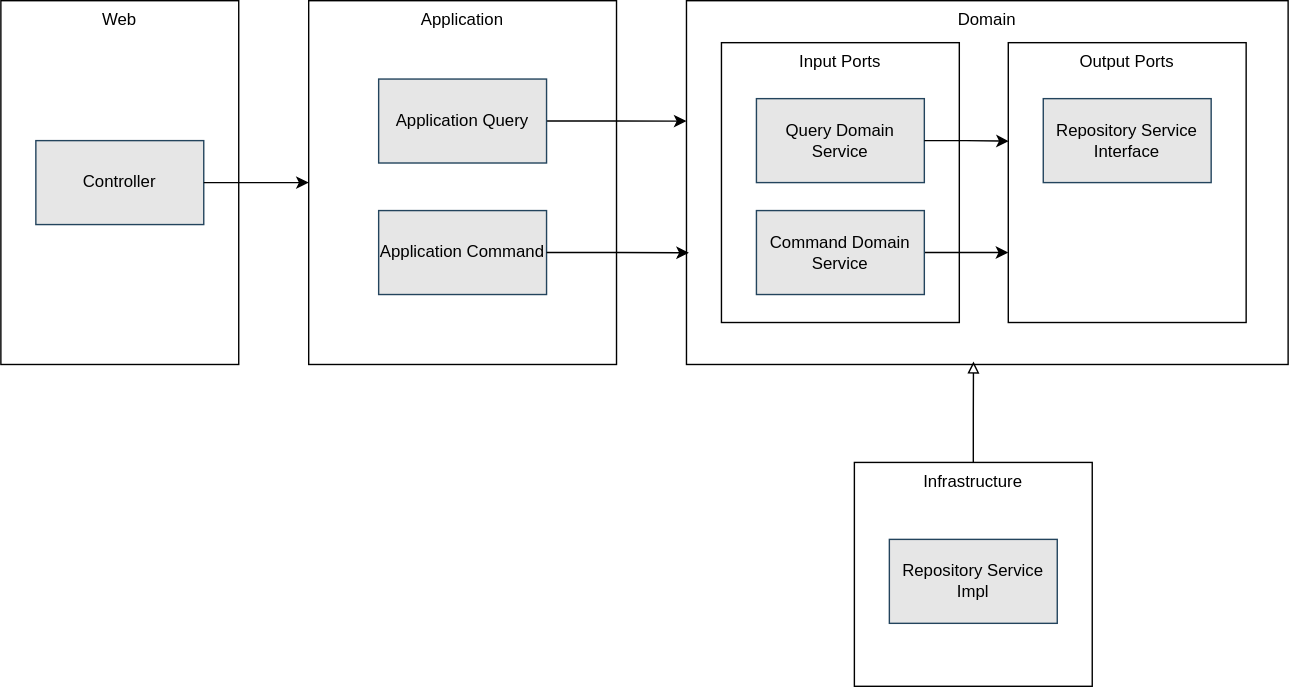
Above: docs/site/springboot-showcase/ways-of-working/_images/explanation/architecture/component_interactions.drawio.svg in bitsmi-blog/springboot-showcase (draw.io), before the change. Source tidied: cells renumbered, new cells last; positions are measured from the earlier drawing's top-left corner, leaving out a move shared by most shapes. Its diagram source:
```xml
<mxGraphModel>
  <root>
    <mxCell id="0" />
    <mxCell id="1" parent="0" />
    <mxCell id="2" value="Web" style="rounded=0;whiteSpace=wrap;html=1;verticalAlign=top;" parent="1" vertex="1">
      <mxGeometry width="170" height="260" as="geometry" />
    </mxCell>
    <mxCell id="3" value="Controller" style="rounded=0;whiteSpace=wrap;html=1;fillColor=#E6E6E6;strokeColor=#23445d;" parent="1" vertex="1">
      <mxGeometry x="25" y="100" width="120" height="60" as="geometry" />
    </mxCell>
    <mxCell id="4" value="Application" style="rounded=0;whiteSpace=wrap;html=1;verticalAlign=top;" parent="1" vertex="1">
      <mxGeometry x="220" width="220" height="260" as="geometry" />
    </mxCell>
    <mxCell id="5" style="edgeStyle=orthogonalEdgeStyle;rounded=0;jettySize=auto;html=1;exitX=1;exitY=0.5;exitDx=0;exitDy=0;entryX=0;entryY=0.331;entryDx=0;entryDy=0;entryPerimeter=0;" parent="1" edge="1" source="6" target="9">
      <mxGeometry relative="1" as="geometry" />
    </mxCell>
    <mxCell id="6" value="Application Query" style="rounded=0;whiteSpace=wrap;html=1;fillColor=#E6E6E6;strokeColor=#23445d;" parent="1" vertex="1">
      <mxGeometry x="270" y="56" width="120" height="60" as="geometry" />
    </mxCell>
    <mxCell id="7" value="Application Command" style="rounded=0;whiteSpace=wrap;html=1;fillColor=#E6E6E6;strokeColor=#23445d;" parent="1" vertex="1">
      <mxGeometry x="270" y="150" width="120" height="60" as="geometry" />
    </mxCell>
    <mxCell id="8" style="edgeStyle=orthogonalEdgeStyle;rounded=0;jettySize=auto;html=1;entryX=0;entryY=0.5;entryDx=0;entryDy=0;" parent="1" edge="1" source="3" target="4">
      <mxGeometry relative="1" as="geometry" />
    </mxCell>
    <mxCell id="9" value="Domain" style="rounded=0;whiteSpace=wrap;html=1;verticalAlign=top;" parent="1" vertex="1">
      <mxGeometry x="490" width="430" height="260" as="geometry" />
    </mxCell>
    <mxCell id="10" value="Input Ports" style="rounded=0;whiteSpace=wrap;html=1;verticalAlign=top;" parent="1" vertex="1">
      <mxGeometry x="515" y="30" width="170" height="200" as="geometry" />
    </mxCell>
    <mxCell id="11" value="Query Domain Service" style="rounded=0;whiteSpace=wrap;html=1;fillColor=#E6E6E6;strokeColor=#23445d;" parent="1" vertex="1">
      <mxGeometry x="540" y="70" width="120" height="60" as="geometry" />
    </mxCell>
    <mxCell id="12" style="edgeStyle=orthogonalEdgeStyle;rounded=0;jettySize=auto;html=1;exitX=1;exitY=0.5;exitDx=0;exitDy=0;entryX=0;entryY=0.75;entryDx=0;entryDy=0;" parent="1" edge="1" source="13" target="14">
      <mxGeometry relative="1" as="geometry" />
    </mxCell>
    <mxCell id="13" value="Command Domain Service" style="rounded=0;whiteSpace=wrap;html=1;fillColor=#E6E6E6;strokeColor=#23445d;" parent="1" vertex="1">
      <mxGeometry x="540" y="150" width="120" height="60" as="geometry" />
    </mxCell>
    <mxCell id="14" value="Output Ports" style="rounded=0;whiteSpace=wrap;html=1;verticalAlign=top;" parent="1" vertex="1">
      <mxGeometry x="720" y="30" width="170" height="200" as="geometry" />
    </mxCell>
    <mxCell id="15" value="Repository Service Interface" style="rounded=0;whiteSpace=wrap;html=1;fillColor=#E6E6E6;strokeColor=#23445d;" parent="1" vertex="1">
      <mxGeometry x="745" y="70" width="120" height="60" as="geometry" />
    </mxCell>
    <mxCell id="16" style="edgeStyle=orthogonalEdgeStyle;rounded=0;jettySize=auto;html=1;exitX=1;exitY=0.5;exitDx=0;exitDy=0;entryX=0.004;entryY=0.693;entryDx=0;entryDy=0;entryPerimeter=0;" parent="1" edge="1" source="7" target="9">
      <mxGeometry relative="1" as="geometry" />
    </mxCell>
    <mxCell id="17" style="edgeStyle=orthogonalEdgeStyle;rounded=0;jettySize=auto;html=1;exitX=1;exitY=0.5;exitDx=0;exitDy=0;entryX=0.002;entryY=0.352;entryDx=0;entryDy=0;entryPerimeter=0;" parent="1" edge="1" source="11" target="14">
      <mxGeometry relative="1" as="geometry" />
    </mxCell>
    <mxCell id="18" value="Infrastructure" style="rounded=0;whiteSpace=wrap;html=1;verticalAlign=top;" parent="1" vertex="1">
      <mxGeometry x="610" y="330" width="170" height="160" as="geometry" />
    </mxCell>
    <mxCell id="19" value="Repository Service Impl" style="rounded=0;whiteSpace=wrap;html=1;fillColor=#E6E6E6;strokeColor=#23445d;" parent="1" vertex="1">
      <mxGeometry x="635" y="385" width="120" height="60" as="geometry" />
    </mxCell>
    <mxCell id="20" style="edgeStyle=orthogonalEdgeStyle;rounded=0;jettySize=auto;html=1;exitX=0.5;exitY=0;exitDx=0;exitDy=0;entryX=0.477;entryY=0.992;entryDx=0;entryDy=0;entryPerimeter=0;endArrow=block;endFill=0;" parent="1" edge="1" source="18" target="9">
      <mxGeometry relative="1" as="geometry" />
    </mxCell>
  </root>
</mxGraphModel>
```
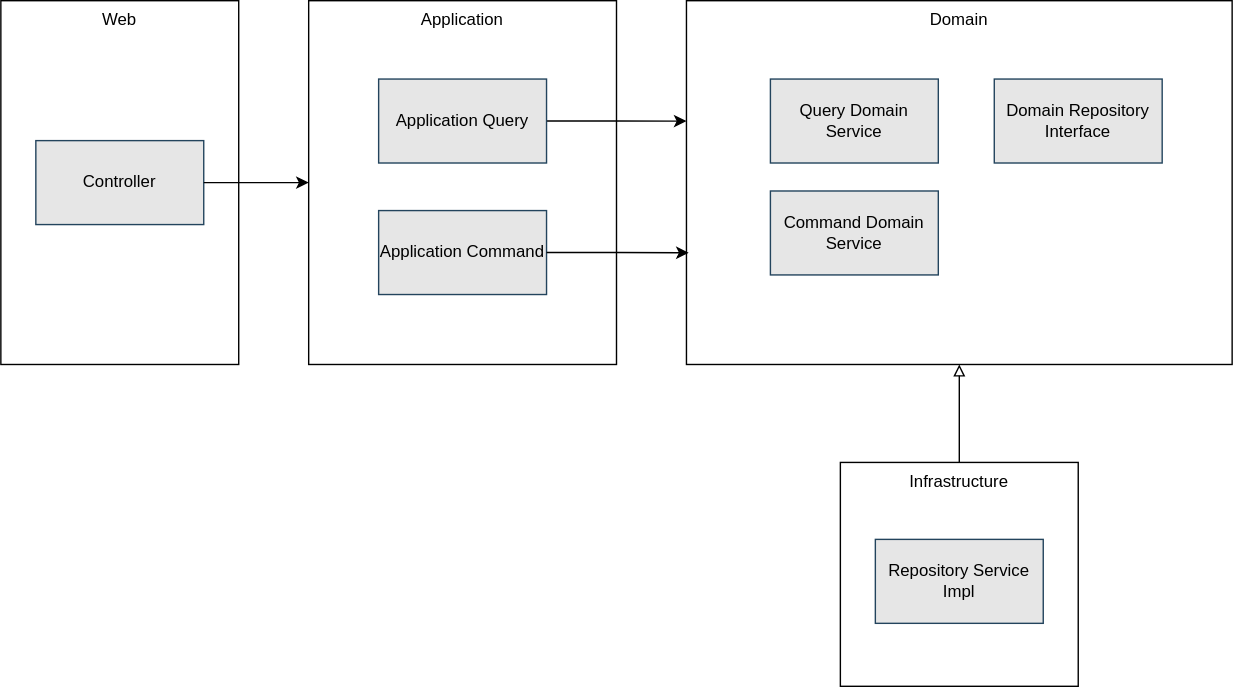
After the change.

Change to the diagram source:
```diff
@@ -24,39 +24,27 @@
       <mxGeometry relative="1" as="geometry" />
     </mxCell>
     <mxCell id="9" value="Domain" style="rounded=0;whiteSpace=wrap;html=1;verticalAlign=top;" parent="1" vertex="1">
-      <mxGeometry x="490" width="430" height="260" as="geometry" />
+      <mxGeometry x="490" width="390" height="260" as="geometry" />
     </mxCell>
-    <mxCell id="10" value="Input Ports" style="rounded=0;whiteSpace=wrap;html=1;verticalAlign=top;" parent="1" vertex="1">
-      <mxGeometry x="515" y="30" width="170" height="200" as="geometry" />
-    </mxCell>
     <mxCell id="11" value="Query Domain Service" style="rounded=0;whiteSpace=wrap;html=1;fillColor=#E6E6E6;strokeColor=#23445d;" parent="1" vertex="1">
-      <mxGeometry x="540" y="70" width="120" height="60" as="geometry" />
+      <mxGeometry x="550" y="56" width="120" height="60" as="geometry" />
     </mxCell>
-    <mxCell id="12" style="edgeStyle=orthogonalEdgeStyle;rounded=0;jettySize=auto;html=1;exitX=1;exitY=0.5;exitDx=0;exitDy=0;entryX=0;entryY=0.75;entryDx=0;entryDy=0;" parent="1" edge="1" source="13" target="14">
-      <mxGeometry relative="1" as="geometry" />
-    </mxCell>
     <mxCell id="13" value="Command Domain Service" style="rounded=0;whiteSpace=wrap;html=1;fillColor=#E6E6E6;strokeColor=#23445d;" parent="1" vertex="1">
-      <mxGeometry x="540" y="150" width="120" height="60" as="geometry" />
+      <mxGeometry x="550" y="136" width="120" height="60" as="geometry" />
     </mxCell>
-    <mxCell id="14" value="Output Ports" style="rounded=0;whiteSpace=wrap;html=1;verticalAlign=top;" parent="1" vertex="1">
-      <mxGeometry x="720" y="30" width="170" height="200" as="geometry" />
-    </mxCell>
-    <mxCell id="15" value="Repository Service Interface" style="rounded=0;whiteSpace=wrap;html=1;fillColor=#E6E6E6;strokeColor=#23445d;" parent="1" vertex="1">
-      <mxGeometry x="745" y="70" width="120" height="60" as="geometry" />
+    <mxCell id="15" value="Domain Repository Interface" style="rounded=0;whiteSpace=wrap;html=1;fillColor=#E6E6E6;strokeColor=#23445d;" parent="1" vertex="1">
+      <mxGeometry x="710" y="56" width="120" height="60" as="geometry" />
     </mxCell>
     <mxCell id="16" style="edgeStyle=orthogonalEdgeStyle;rounded=0;jettySize=auto;html=1;exitX=1;exitY=0.5;exitDx=0;exitDy=0;entryX=0.004;entryY=0.693;entryDx=0;entryDy=0;entryPerimeter=0;" parent="1" edge="1" source="7" target="9">
       <mxGeometry relative="1" as="geometry" />
     </mxCell>
-    <mxCell id="17" style="edgeStyle=orthogonalEdgeStyle;rounded=0;jettySize=auto;html=1;exitX=1;exitY=0.5;exitDx=0;exitDy=0;entryX=0.002;entryY=0.352;entryDx=0;entryDy=0;entryPerimeter=0;" parent="1" edge="1" source="11" target="14">
-      <mxGeometry relative="1" as="geometry" />
-    </mxCell>
     <mxCell id="18" value="Infrastructure" style="rounded=0;whiteSpace=wrap;html=1;verticalAlign=top;" parent="1" vertex="1">
-      <mxGeometry x="610" y="330" width="170" height="160" as="geometry" />
+      <mxGeometry x="600" y="330" width="170" height="160" as="geometry" />
     </mxCell>
     <mxCell id="19" value="Repository Service Impl" style="rounded=0;whiteSpace=wrap;html=1;fillColor=#E6E6E6;strokeColor=#23445d;" parent="1" vertex="1">
-      <mxGeometry x="635" y="385" width="120" height="60" as="geometry" />
+      <mxGeometry x="625" y="385" width="120" height="60" as="geometry" />
     </mxCell>
-    <mxCell id="20" style="edgeStyle=orthogonalEdgeStyle;rounded=0;jettySize=auto;html=1;exitX=0.5;exitY=0;exitDx=0;exitDy=0;entryX=0.477;entryY=0.992;entryDx=0;entryDy=0;entryPerimeter=0;endArrow=block;endFill=0;" parent="1" edge="1" source="18" target="9">
+    <mxCell id="20" style="edgeStyle=orthogonalEdgeStyle;rounded=0;jettySize=auto;html=1;exitX=0.5;exitY=0;exitDx=0;exitDy=0;entryX=0.5;entryY=1;entryDx=0;entryDy=0;endArrow=block;endFill=0;" parent="1" edge="1" source="18" target="9">
       <mxGeometry relative="1" as="geometry" />
     </mxCell>
   </root>
```
